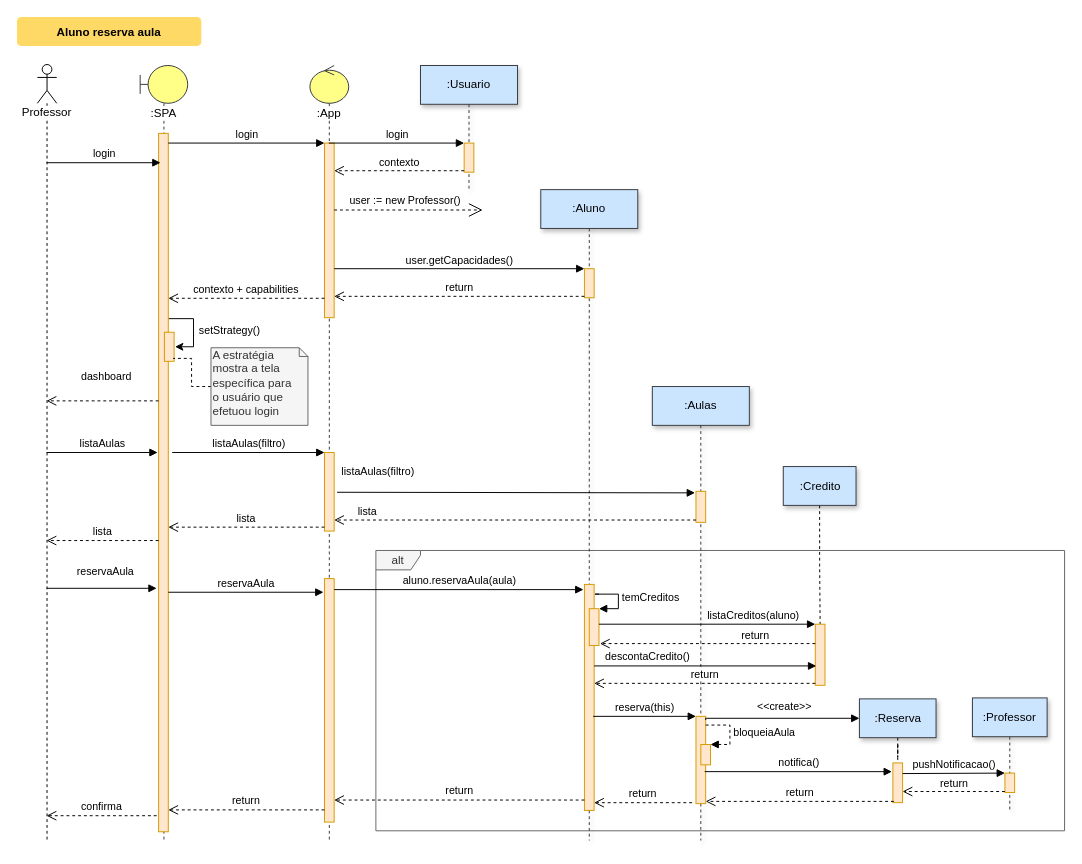
Before: aluno_reserva.drawio in Neandertals/personal, a draw.io diagram. Source tidied: cells renumbered, new cells numbered last; positions are measured from the earlier drawing's top-left corner, leaving out a move shared by most shapes. Both pictures are drawn from the tidied source at 97%, with x=0, y=0 at pixel (16, 16).
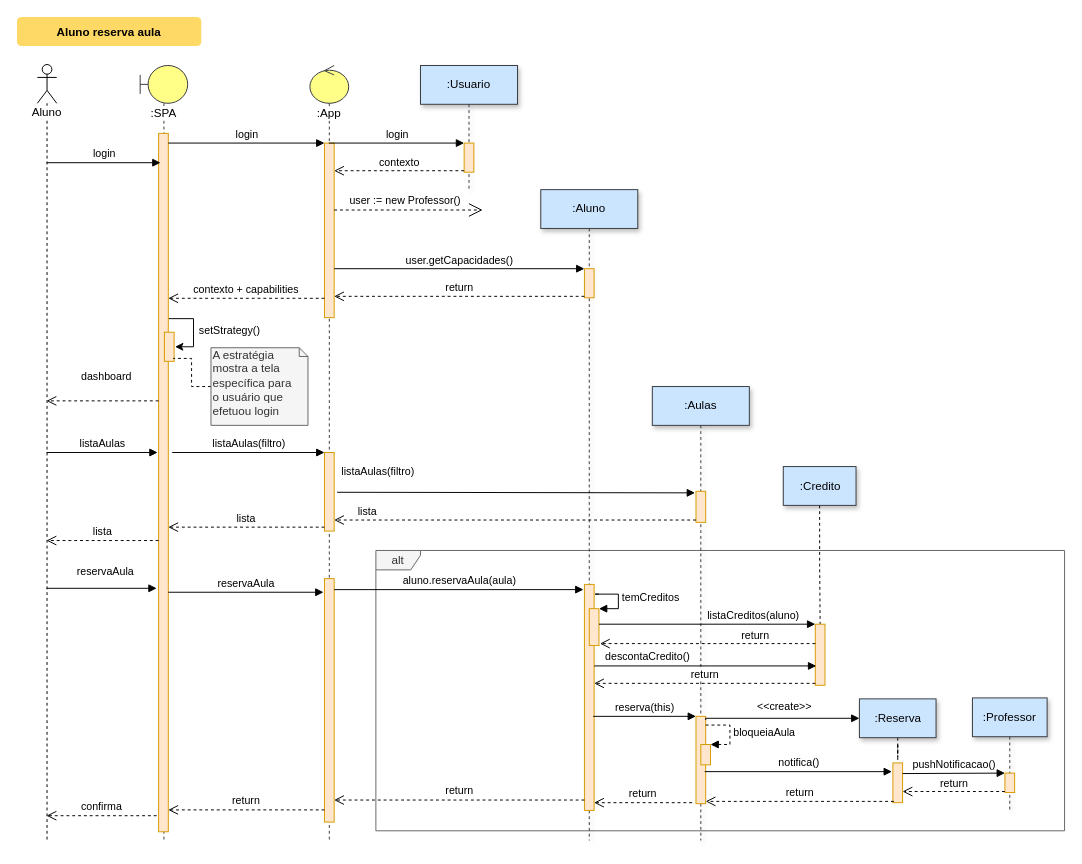
Above is the later version.

Change to the diagram source:
```diff
@@
-    <mxCell id="8" value="Professor&lt;br&gt;" style="shape=umlLifeline;participant=umlActor;perimeter=lifelinePerimeter;whiteSpace=wrap;html=1;verticalAlign=top;spacingTop=36;labelBackgroundColor=#ffffff;outlineConnect=0;" parent="1" vertex="1">
+    <mxCell id="8" value="Aluno" style="shape=umlLifeline;participant=umlActor;perimeter=lifelinePerimeter;whiteSpace=wrap;html=1;verticalAlign=top;spacingTop=36;labelBackgroundColor=#ffffff;outlineConnect=0;" parent="1" vertex="1">
       <mxGeometry x="21" y="49" width="20" height="800" as="geometry" />
     </mxCell>
```
